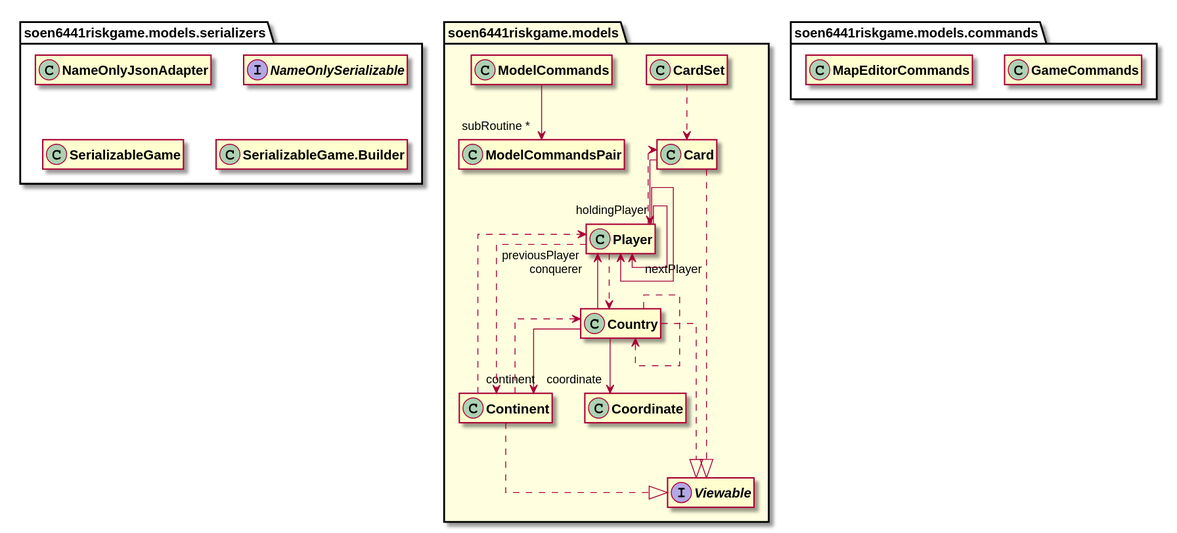
This is docs/javadocs/soen6441riskgame/models/package-summary.svg from huntertran/soen6441-riskgame, a PlantUML export, as it was before one commit.
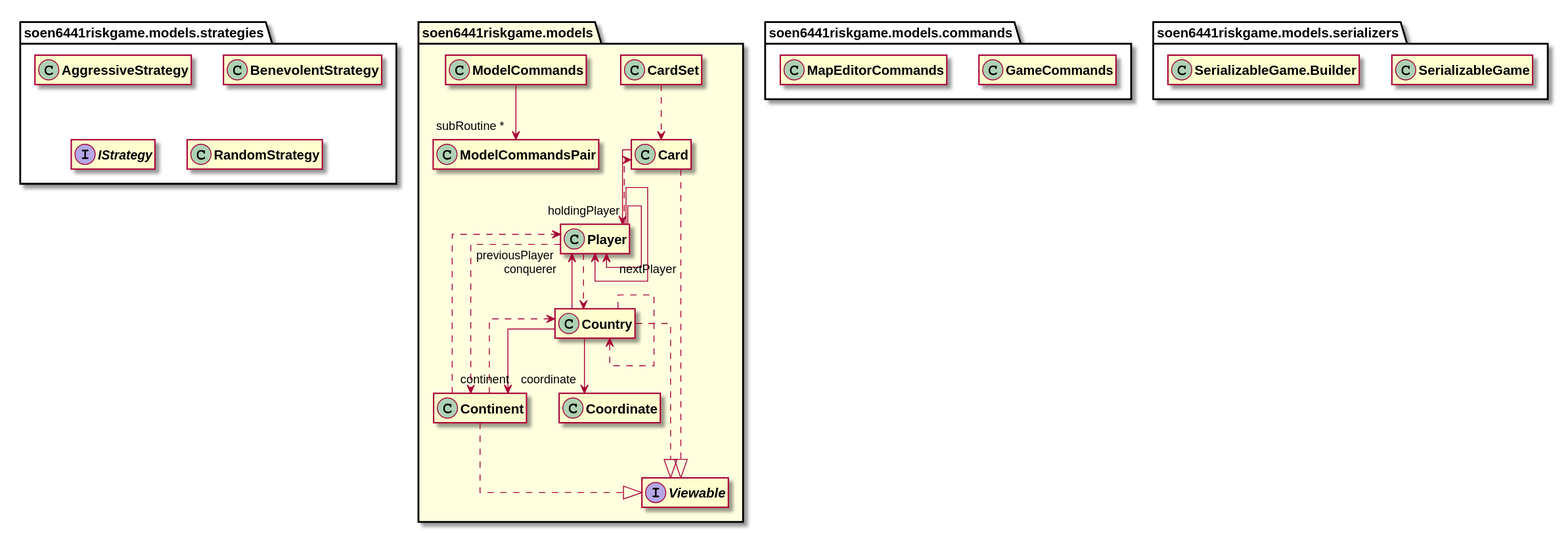
The same file after the commit.

Diff of the diagram source:
```diff
@@ -94,18 +94,6 @@
 package soen6441riskgame.models.serializers [[../../soen6441riskgame/models/serializers/package-summary.html{soen6441riskgame.models.serializers}]] {
 }
 
-class "<b><size:14>NameOnlyJsonAdapter</b>" as soen6441riskgame.models.serializers.NameOnlyJsonAdapter  [[../../soen6441riskgame/models/serializers/NameOnlyJsonAdapter.html{soen6441riskgame.models.serializers.NameOnlyJsonAdapter}]] {
-}
-
-hide soen6441riskgame.models.serializers.NameOnlyJsonAdapter fields
-hide soen6441riskgame.models.serializers.NameOnlyJsonAdapter methods
-
-interface "<b><size:14>NameOnlySerializable</b>" as soen6441riskgame.models.serializers.NameOnlySerializable  [[../../soen6441riskgame/models/serializers/NameOnlySerializable.html{soen6441riskgame.models.serializers.NameOnlySerializable}]] {
-}
-
-hide soen6441riskgame.models.serializers.NameOnlySerializable fields
-hide soen6441riskgame.models.serializers.NameOnlySerializable methods
-
 class "<b><size:14>SerializableGame</b>" as soen6441riskgame.models.serializers.SerializableGame  [[../../soen6441riskgame/models/serializers/SerializableGame.html{soen6441riskgame.models.serializers.SerializableGame}]] {
 }
 
@@ -118,5 +106,32 @@
 hide soen6441riskgame.models.serializers.SerializableGame.Builder fields
 hide soen6441riskgame.models.serializers.SerializableGame.Builder methods
 
+package soen6441riskgame.models.strategies [[../../soen6441riskgame/models/strategies/package-summary.html{soen6441riskgame.models.strategies}]] {
+}
+
+class "<b><size:14>AggressiveStrategy</b>" as soen6441riskgame.models.strategies.AggressiveStrategy  [[../../soen6441riskgame/models/strategies/AggressiveStrategy.html{soen6441riskgame.models.strategies.AggressiveStrategy}]] {
+}
+
+hide soen6441riskgame.models.strategies.AggressiveStrategy fields
+hide soen6441riskgame.models.strategies.AggressiveStrategy methods
+
+class "<b><size:14>BenevolentStrategy</b>" as soen6441riskgame.models.strategies.BenevolentStrategy  [[../../soen6441riskgame/models/strategies/BenevolentStrategy.html{soen6441riskgame.models.strategies.BenevolentStrategy}]] {
+}
+
+hide soen6441riskgame.models.strategies.BenevolentStrategy fields
+hide soen6441riskgame.models.strategies.BenevolentStrategy methods
+
+interface "<b><size:14>IStrategy</b>" as soen6441riskgame.models.strategies.IStrategy  [[../../soen6441riskgame/models/strategies/IStrategy.html{soen6441riskgame.models.strategies.IStrategy}]] {
+}
+
+hide soen6441riskgame.models.strategies.IStrategy fields
+hide soen6441riskgame.models.strategies.IStrategy methods
+
+class "<b><size:14>RandomStrategy</b>" as soen6441riskgame.models.strategies.RandomStrategy  [[../../soen6441riskgame/models/strategies/RandomStrategy.html{soen6441riskgame.models.strategies.RandomStrategy}]] {
+}
+
+hide soen6441riskgame.models.strategies.RandomStrategy fields
+hide soen6441riskgame.models.strategies.RandomStrategy methods
+
 
 @enduml
```
